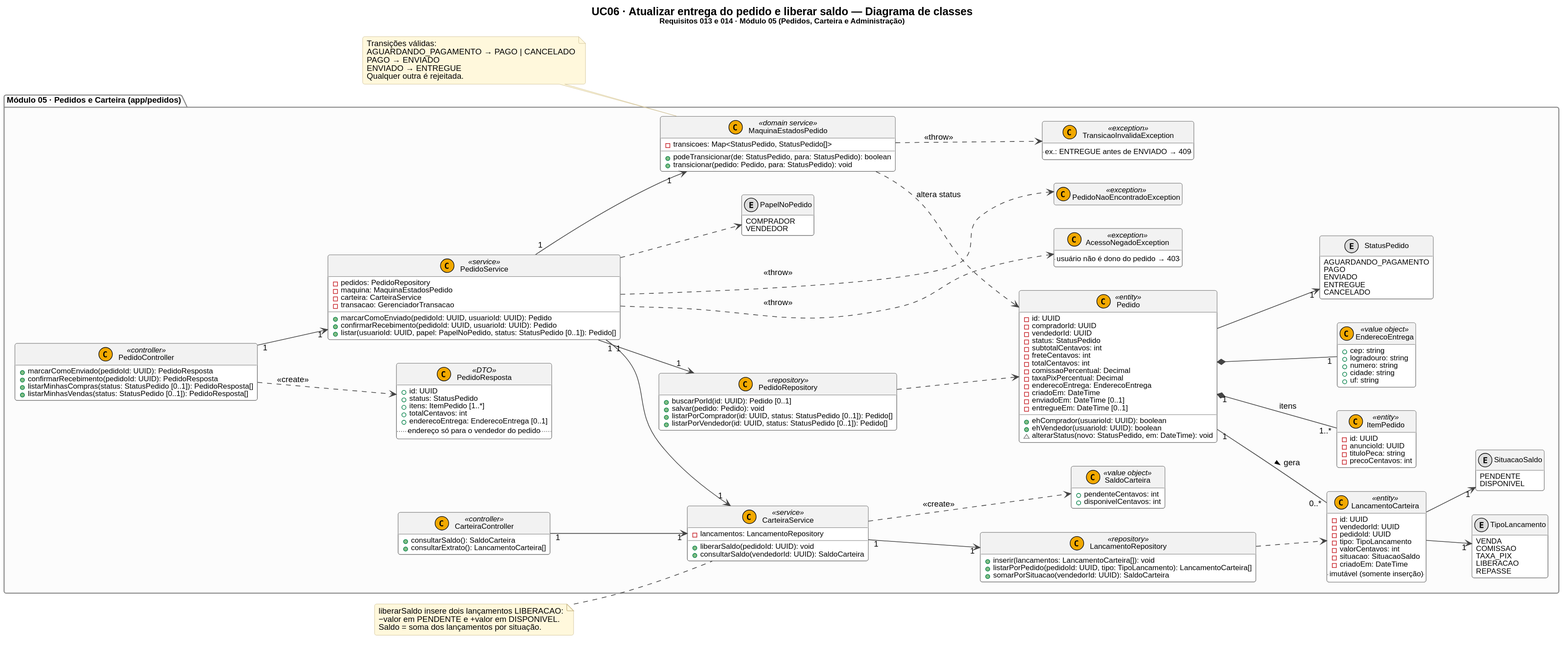
This is docs/uml/classes/uc06-confirmar-recebimento-liberar-saldo.svg from mariaclarapma/Desa-Pego, a PlantUML export, as it was before one commit.
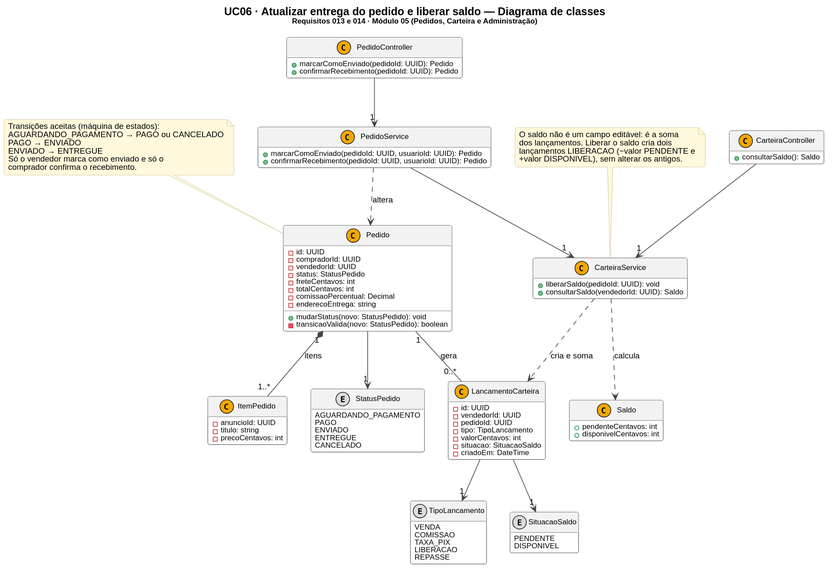
The same diagram one commit later.

The edit, as a diff of the source:
```diff
@@ -3,192 +3,108 @@
 set separator none
 title UC06 · Atualizar entrega do pedido e liberar saldo — Diagrama de classes\n<size:11>Requisitos 013 e 014 · Módulo 05 (Pedidos, Carteira e Administração)</size>
 hide empty members
-left to right direction
-skinparam nodesep 35
-skinparam ranksep 55
 
-package "Módulo 05 · Pedidos e Carteira (app/pedidos)" {
-
-  class PedidoController <<controller>> {
-    + marcarComoEnviado(pedidoId: UUID): PedidoResposta
-    + confirmarRecebimento(pedidoId: UUID): PedidoResposta
-    + listarMinhasCompras(status: StatusPedido [0..1]): PedidoResposta[]
-    + listarMinhasVendas(status: StatusPedido [0..1]): PedidoResposta[]
-  }
-
-  class CarteiraController <<controller>> {
-    + consultarSaldo(): SaldoCarteira
-    + consultarExtrato(): LancamentoCarteira[]
-  }
-
-  class PedidoService <<service>> {
-    - pedidos: PedidoRepository
-    - maquina: MaquinaEstadosPedido
-    - carteira: CarteiraService
-    - transacao: GerenciadorTransacao
-    + marcarComoEnviado(pedidoId: UUID, usuarioId: UUID): Pedido
-    + confirmarRecebimento(pedidoId: UUID, usuarioId: UUID): Pedido
-    + listar(usuarioId: UUID, papel: PapelNoPedido, status: StatusPedido [0..1]): Pedido[]
-  }
-
-  enum PapelNoPedido {
-    COMPRADOR
-    VENDEDOR
-  }
-
-  class PedidoResposta <<DTO>> {
-    + id: UUID
-    + status: StatusPedido
-    + itens: ItemPedido [1..*]
-    + totalCentavos: int
-    + enderecoEntrega: EnderecoEntrega [0..1]
-    .. endereço só para o vendedor do pedido ..
-  }
-
-  class Pedido <<entity>> {
-    - id: UUID
-    - compradorId: UUID
-    - vendedorId: UUID
-    - status: StatusPedido
-    - subtotalCentavos: int
-    - freteCentavos: int
-    - totalCentavos: int
-    - comissaoPercentual: Decimal
-    - taxaPixPercentual: Decimal
-    - enderecoEntrega: EnderecoEntrega
-    - criadoEm: DateTime
-    - enviadoEm: DateTime [0..1]
-    - entregueEm: DateTime [0..1]
-    + ehComprador(usuarioId: UUID): boolean
-    + ehVendedor(usuarioId: UUID): boolean
-    ~ alterarStatus(novo: StatusPedido, em: DateTime): void
-  }
-
-  class ItemPedido <<entity>> {
-    - id: UUID
-    - anuncioId: UUID
-    - tituloPeca: string
-    - precoCentavos: int
-  }
-
-  class EnderecoEntrega <<value object>> {
-    + cep: string
-    + logradouro: string
-    + numero: string
-    + cidade: string
-    + uf: string
-  }
-
-  enum StatusPedido {
-    AGUARDANDO_PAGAMENTO
-    PAGO
-    ENVIADO
-    ENTREGUE
-    CANCELADO
-  }
-
-  class MaquinaEstadosPedido <<domain service>> {
-    - transicoes: Map<StatusPedido, StatusPedido[]>
-    + podeTransicionar(de: StatusPedido, para: StatusPedido): boolean
-    + transicionar(pedido: Pedido, para: StatusPedido): void
-  }
-
-  class CarteiraService <<service>> {
-    - lancamentos: LancamentoRepository
-    + liberarSaldo(pedidoId: UUID): void
-    + consultarSaldo(vendedorId: UUID): SaldoCarteira
-  }
-
-  class LancamentoCarteira <<entity>> {
-    - id: UUID
-    - vendedorId: UUID
-    - pedidoId: UUID
-    - tipo: TipoLancamento
-    - valorCentavos: int
-    - situacao: SituacaoSaldo
-    - criadoEm: DateTime
-    .. imutável (somente inserção) ..
-  }
-
-  enum TipoLancamento {
-    VENDA
-    COMISSAO
-    TAXA_PIX
-    LIBERACAO
-    REPASSE
-  }
-
-  enum SituacaoSaldo {
-    PENDENTE
-    DISPONIVEL
-  }
-
-  class SaldoCarteira <<value object>> {
-    + pendenteCentavos: int
-    + disponivelCentavos: int
-  }
-
-  class PedidoRepository <<repository>> {
-    + buscarPorId(id: UUID): Pedido [0..1]
-    + salvar(pedido: Pedido): void
-    + listarPorComprador(id: UUID, status: StatusPedido [0..1]): Pedido[]
-    + listarPorVendedor(id: UUID, status: StatusPedido [0..1]): Pedido[]
-  }
-
-  class LancamentoRepository <<repository>> {
-    + inserir(lancamentos: LancamentoCarteira[]): void
-    + listarPorPedido(pedidoId: UUID, tipo: TipoLancamento): LancamentoCarteira[]
-    + somarPorSituacao(vendedorId: UUID): SaldoCarteira
-  }
-
-  together {
-    class PedidoNaoEncontradoException <<exception>>
-    class AcessoNegadoException <<exception>> {
-      .. usuário não é dono do pedido → 403 ..
-    }
-    class TransicaoInvalidaException <<exception>> {
-      .. ex.: ENTREGUE antes de ENVIADO → 409 ..
-    }
-  }
+class PedidoController {
+  + marcarComoEnviado(pedidoId: UUID): Pedido
+  + confirmarRecebimento(pedidoId: UUID): Pedido
 }
 
-PedidoController "1" --> "1" PedidoService
-PedidoController ..> PedidoResposta : <<create>>
-CarteiraController "1" --> "1" CarteiraService
-PedidoService "1" --> "1" PedidoRepository
-PedidoService "1" --> "1" MaquinaEstadosPedido
-PedidoService "1" --> "1" CarteiraService
-PedidoService ..> PapelNoPedido
-PedidoService ..> PedidoNaoEncontradoException : <<throw>>
-PedidoService ..> AcessoNegadoException : <<throw>>
-MaquinaEstadosPedido ..> TransicaoInvalidaException : <<throw>>
-MaquinaEstadosPedido ..> Pedido : altera status
+class CarteiraController {
+  + consultarSaldo(): Saldo
+}
 
-PedidoRepository ..> Pedido
+class PedidoService {
+  + marcarComoEnviado(pedidoId: UUID, usuarioId: UUID): Pedido
+  + confirmarRecebimento(pedidoId: UUID, usuarioId: UUID): Pedido
+}
+
+class CarteiraService {
+  + liberarSaldo(pedidoId: UUID): void
+  + consultarSaldo(vendedorId: UUID): Saldo
+}
+
+class Pedido {
+  - id: UUID
+  - compradorId: UUID
+  - vendedorId: UUID
+  - status: StatusPedido
+  - freteCentavos: int
+  - totalCentavos: int
+  - comissaoPercentual: Decimal
+  - enderecoEntrega: string
+  + mudarStatus(novo: StatusPedido): void
+  - transicaoValida(novo: StatusPedido): boolean
+}
+
+class ItemPedido {
+  - anuncioId: UUID
+  - titulo: string
+  - precoCentavos: int
+}
+
+enum StatusPedido {
+  AGUARDANDO_PAGAMENTO
+  PAGO
+  ENVIADO
+  ENTREGUE
+  CANCELADO
+}
+
+class LancamentoCarteira {
+  - id: UUID
+  - vendedorId: UUID
+  - pedidoId: UUID
+  - tipo: TipoLancamento
+  - valorCentavos: int
+  - situacao: SituacaoSaldo
+  - criadoEm: DateTime
+}
+
+enum TipoLancamento {
+  VENDA
+  COMISSAO
+  TAXA_PIX
+  LIBERACAO
+  REPASSE
+}
+
+enum SituacaoSaldo {
+  PENDENTE
+  DISPONIVEL
+}
+
+class Saldo {
+  + pendenteCentavos: int
+  + disponivelCentavos: int
+}
+
+PedidoController --> "1" PedidoService
+CarteiraController --> "1" CarteiraService
+PedidoService --> "1" CarteiraService
+PedidoService ..> Pedido : altera
 Pedido "1" *-- "1..*" ItemPedido : itens
-Pedido *-- "1" EnderecoEntrega
 Pedido --> "1" StatusPedido
-
-CarteiraService "1" --> "1" LancamentoRepository
-CarteiraService ..> SaldoCarteira : <<create>>
-LancamentoRepository ..> LancamentoCarteira
-Pedido "1" -- "0..*" LancamentoCarteira : gera >
+Pedido "1" -- "0..*" LancamentoCarteira : gera
+CarteiraService ..> LancamentoCarteira : cria e soma
+CarteiraService ..> Saldo : calcula
 LancamentoCarteira --> "1" TipoLancamento
 LancamentoCarteira --> "1" SituacaoSaldo
 
 note as N1
-  Transições válidas:
-  AGUARDANDO_PAGAMENTO → PAGO | CANCELADO
+  Transições aceitas (máquina de estados):
+  AGUARDANDO_PAGAMENTO → PAGO ou CANCELADO
   PAGO → ENVIADO
   ENVIADO → ENTREGUE
-  Qualquer outra é rejeitada.
+  Só o vendedor marca como enviado e só o
+  comprador confirma o recebimento.
 end note
-N1 .. MaquinaEstadosPedido
+N1 .. Pedido
 
 note as N2
-  liberarSaldo insere dois lançamentos LIBERACAO:
-  −valor em PENDENTE e +valor em DISPONIVEL.
-  Saldo = soma dos lançamentos por situação.
+  O saldo não é um campo editável: é a soma
+  dos lançamentos. Liberar o saldo cria dois
+  lançamentos LIBERACAO (−valor PENDENTE e
+  +valor DISPONIVEL), sem alterar os antigos.
 end note
 N2 .. CarteiraService
 @enduml
```
